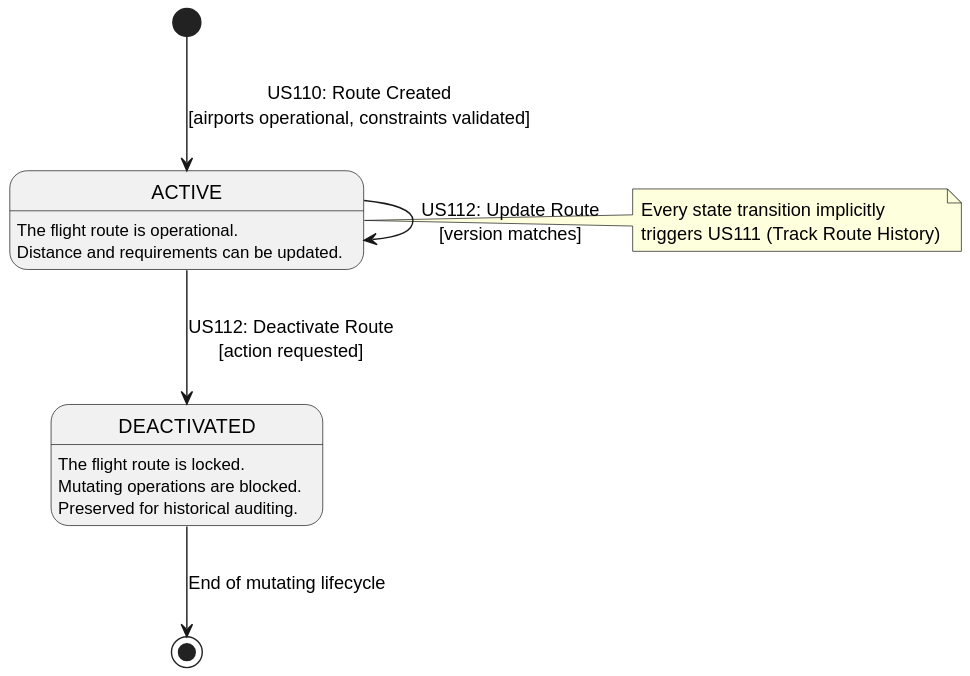
Earlier version of the PlantUML export docs/use-cases/WP#3A/svg/WP#3A-SMD.svg (Andre-1240567/psoft2026_2DB_1240567_1241013_1240624).
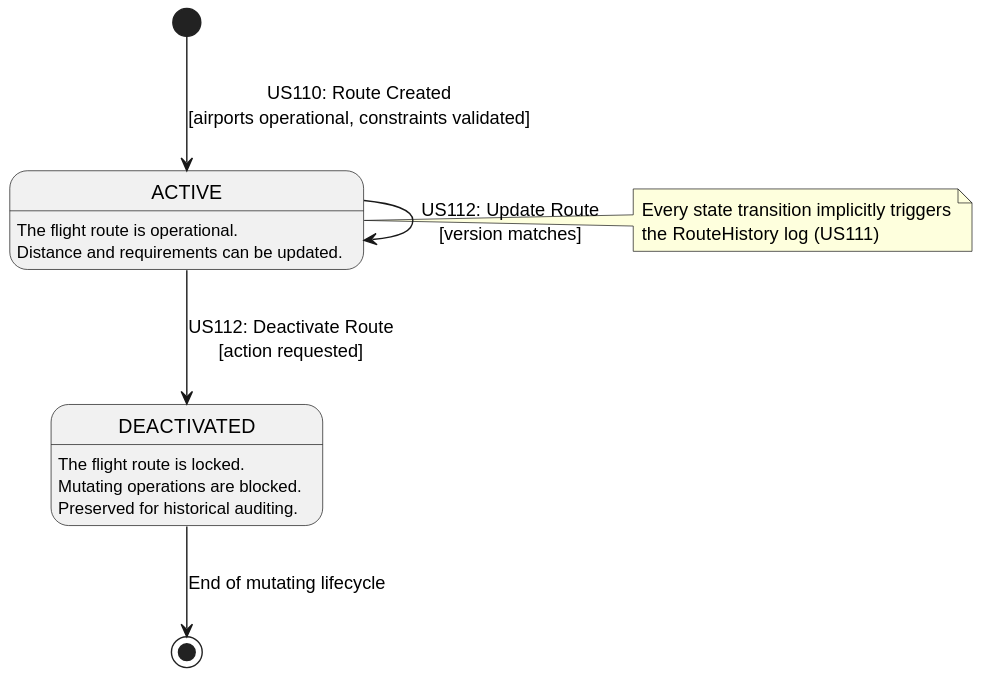
After the commit.

Change to the diagram source:
```diff
@@ -20,7 +20,7 @@
 DEACTIVATED --> [*] : End of mutating lifecycle
 
 note right of ACTIVE
-  Every state transition implicitly
-  triggers US111 (Track Route History)
+  Every state transition implicitly triggers
+  the RouteHistory log (US111)
 end note
 @enduml
```
